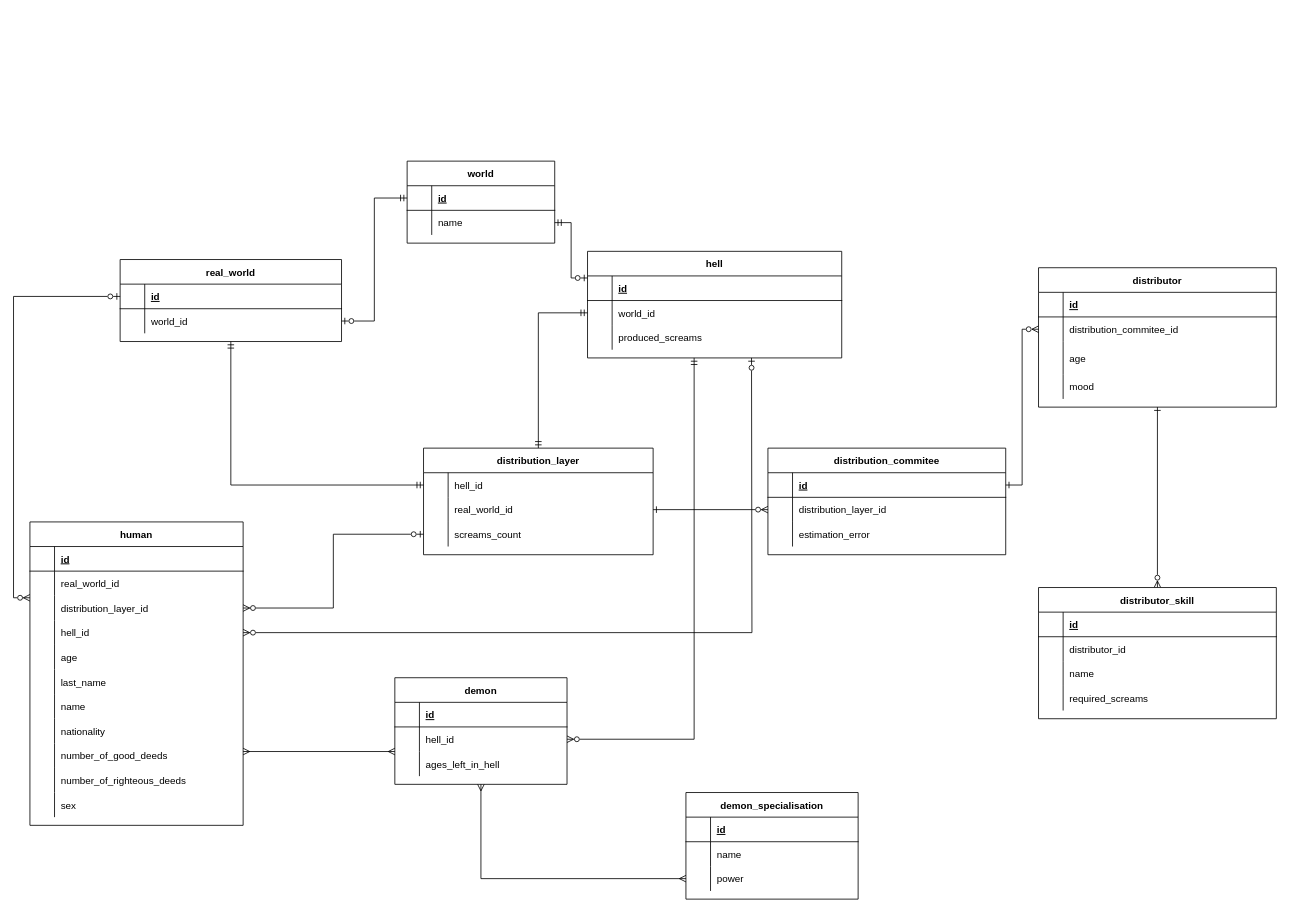
The draw.io diagram documentation/kursach_infological.drawio in semwett0301/booking-java-back, before the edit. Source tidied: cells renumbered, new cells numbered last; positions are measured from the earlier drawing's top-left corner, leaving out a move shared by most shapes. Both pictures are drawn from the tidied source at 82%, with x=0, y=0 at pixel (30, 161).
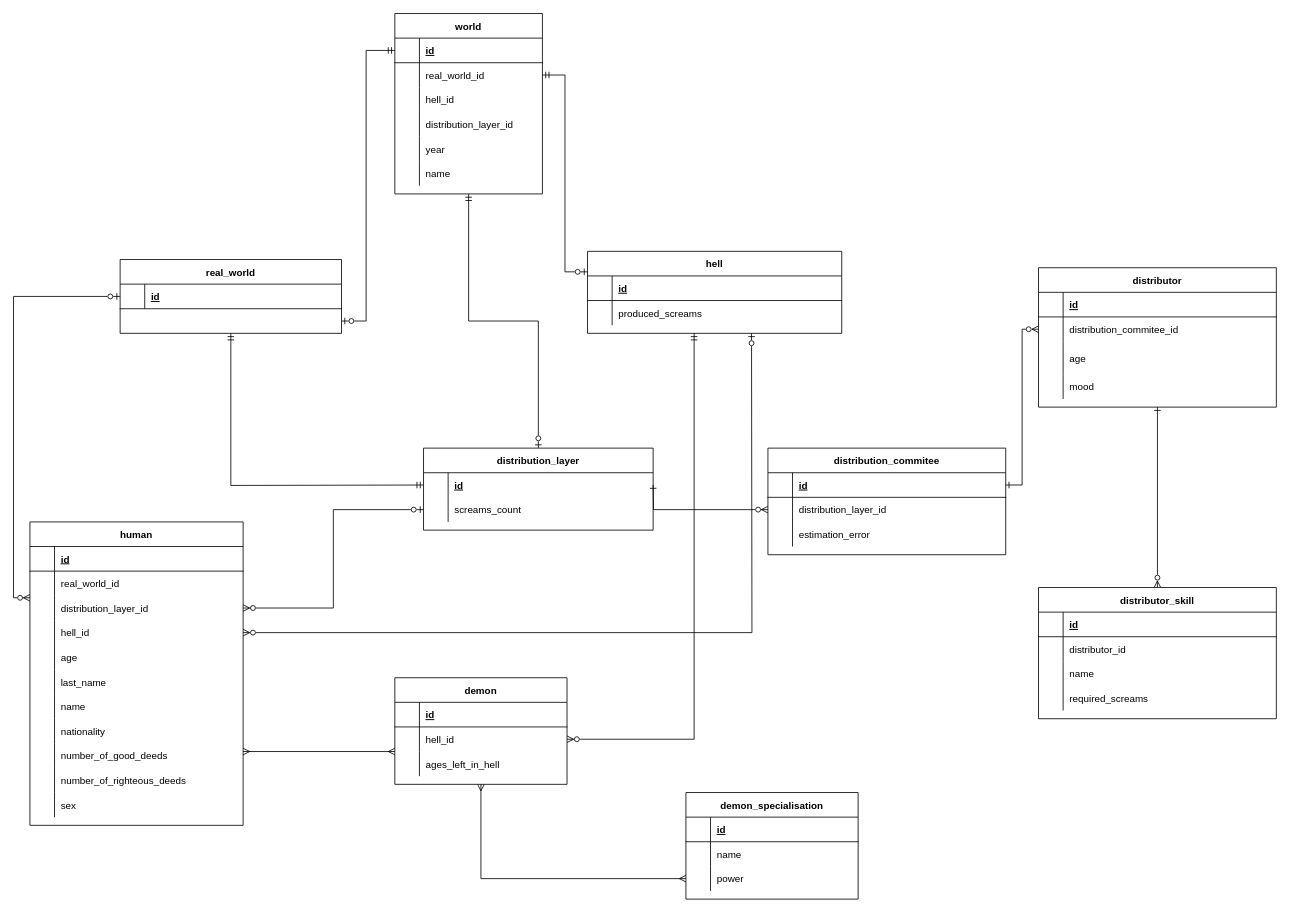
Above is the later version.

Unchanged cells that the change refers to:
```xml
<mxCell id="31" style="shape=tableRow;horizontal=0;startSize=0;swimlaneHead=0;swimlaneBody=0;fillColor=none;points=[[0,0.5],[1,0.5]];portConstraint=eastwest;top=0;left=0;right=0;bottom=0;" parent="24" vertex="1">
  <mxGeometry y="90" width="260" height="30" as="geometry" />
</mxCell>
<mxCell id="34" style="shape=tableRow;horizontal=0;startSize=0;swimlaneHead=0;swimlaneBody=0;fillColor=none;points=[[0,0.5],[1,0.5]];portConstraint=eastwest;top=0;left=0;right=0;bottom=0;" parent="24" vertex="1">
  <mxGeometry y="120" width="260" height="30" as="geometry" />
</mxCell>
<mxCell id="59" style="shape=tableRow;horizontal=0;startSize=0;swimlaneHead=0;swimlaneBody=0;fillColor=none;points=[[0,0.5],[1,0.5]];portConstraint=eastwest;top=0;left=0;right=0;bottom=1;" parent="58" vertex="1">
  <mxGeometry y="30" width="180" height="30" as="geometry" />
</mxCell>
<mxCell id="62" style="shape=tableRow;horizontal=0;startSize=0;swimlaneHead=0;swimlaneBody=0;fillColor=none;points=[[0,0.5],[1,0.5]];portConstraint=eastwest;top=0;left=0;right=0;bottom=0;" parent="58" vertex="1">
  <mxGeometry y="60" width="180" height="30" as="geometry" />
</mxCell>
<mxCell id="83" style="shape=tableRow;horizontal=0;startSize=0;swimlaneHead=0;swimlaneBody=0;fillColor=none;points=[[0,0.5],[1,0.5]];portConstraint=eastwest;top=0;left=0;right=0;bottom=0;" parent="79" vertex="1">
  <mxGeometry y="60" width="210" height="30" as="geometry" />
</mxCell>
<mxCell id="118" style="shape=tableRow;horizontal=0;startSize=0;swimlaneHead=0;swimlaneBody=0;fillColor=none;points=[[0,0.5],[1,0.5]];portConstraint=eastwest;top=0;left=0;right=0;bottom=0;" parent="114" vertex="1">
  <mxGeometry y="60" width="290" height="30" as="geometry" />
</mxCell>
```

Diff of the diagram source:
```diff
@@
     <mxCell id="2" value="real_world" style="shape=table;startSize=30;childLayout=tableLayout;rowLines=0;fontStyle=1;align=center;" parent="1" vertex="1">
-      <mxGeometry x="110" y="120" width="270" height="100" as="geometry" />
+      <mxGeometry x="110" y="120" width="270" height="90" as="geometry" />
     </mxCell>
@@
-    <mxCell id="6" style="shape=tableRow;horizontal=0;startSize=0;swimlaneHead=0;swimlaneBody=0;fillColor=none;points=[[0,0.5],[1,0.5]];portConstraint=eastwest;top=0;left=0;right=0;bottom=0;" parent="2" vertex="1">
-      <mxGeometry y="60" width="270" height="30" as="geometry" />
-    </mxCell>
-    <mxCell id="7" style="shape=partialRectangle;fillColor=none;top=0;left=0;bottom=0;right=0;overflow=hidden;" parent="6" vertex="1">
-      <mxGeometry width="30" height="30" as="geometry" />
-    </mxCell>
-    <mxCell id="8" value="world_id" style="shape=partialRectangle;fillColor=none;top=0;left=0;bottom=0;right=0;align=left;spacingLeft=6;overflow=hidden;" parent="6" vertex="1">
-      <mxGeometry x="30" width="240" height="30" as="geometry" />
-    </mxCell>
@@
     <mxCell id="58" value="world" style="shape=table;startSize=30;childLayout=tableLayout;rowLines=0;fontStyle=1;align=center;" parent="1" vertex="1">
-      <mxGeometry x="460" width="180" height="100" as="geometry" />
+      <mxGeometry x="445" y="-180" width="180" height="220" as="geometry" />
     </mxCell>
@@
-    <mxCell id="64" value="name" style="shape=partialRectangle;fillColor=none;top=0;left=0;bottom=0;right=0;align=left;spacingLeft=6;overflow=hidden;" parent="62" vertex="1">
+    <mxCell id="64" value="real_world_id" style="shape=partialRectangle;fillColor=none;top=0;left=0;bottom=0;right=0;align=left;spacingLeft=6;overflow=hidden;" parent="62" vertex="1">
       <mxGeometry x="30" width="150" height="30" as="geometry" />
     </mxCell>
+    <mxCell id="139" style="shape=tableRow;horizontal=0;startSize=0;swimlaneHead=0;swimlaneBody=0;fillColor=none;top=0;left=0;right=0;bottom=0;" parent="58" vertex="1">
+      <mxGeometry y="90" width="180" height="30" as="geometry" />
+    </mxCell>
+    <mxCell id="140" style="shape=partialRectangle;fillColor=none;top=0;left=0;bottom=0;right=0;overflow=hidden;" parent="139" vertex="1">
+      <mxGeometry width="30" height="30" as="geometry" />
+    </mxCell>
+    <mxCell id="69" value="hell_id" style="shape=partialRectangle;fillColor=none;top=0;left=0;bottom=0;right=0;align=left;spacingLeft=6;overflow=hidden;" parent="139" vertex="1">
+      <mxGeometry x="30" width="150" height="30" as="geometry" />
+    </mxCell>
+    <mxCell id="141" style="shape=tableRow;horizontal=0;startSize=0;swimlaneHead=0;swimlaneBody=0;fillColor=none;top=0;left=0;right=0;bottom=0;" parent="58" vertex="1">
+      <mxGeometry y="120" width="180" height="30" as="geometry" />
+    </mxCell>
+    <mxCell id="142" style="shape=partialRectangle;fillColor=none;top=0;left=0;bottom=0;right=0;overflow=hidden;" parent="141" vertex="1">
+      <mxGeometry width="30" height="30" as="geometry" />
+    </mxCell>
+    <mxCell id="143" value="distribution_layer_id" style="shape=partialRectangle;fillColor=none;top=0;left=0;bottom=0;right=0;align=left;spacingLeft=6;overflow=hidden;" parent="141" vertex="1">
+      <mxGeometry x="30" width="150" height="30" as="geometry" />
+    </mxCell>
+    <mxCell id="144" style="shape=tableRow;horizontal=0;startSize=0;swimlaneHead=0;swimlaneBody=0;fillColor=none;top=0;left=0;right=0;bottom=0;" parent="58" vertex="1">
+      <mxGeometry y="150" width="180" height="30" as="geometry" />
+    </mxCell>
+    <mxCell id="145" style="shape=partialRectangle;fillColor=none;top=0;left=0;bottom=0;right=0;overflow=hidden;" parent="144" vertex="1">
+      <mxGeometry width="30" height="30" as="geometry" />
+    </mxCell>
+    <mxCell id="146" value="year" style="shape=partialRectangle;fillColor=none;top=0;left=0;bottom=0;right=0;align=left;spacingLeft=6;overflow=hidden;" parent="144" vertex="1">
+      <mxGeometry x="30" width="150" height="30" as="geometry" />
+    </mxCell>
+    <mxCell id="147" style="shape=tableRow;horizontal=0;startSize=0;swimlaneHead=0;swimlaneBody=0;fillColor=none;top=0;left=0;right=0;bottom=0;" parent="58" vertex="1">
+      <mxGeometry y="180" width="180" height="30" as="geometry" />
+    </mxCell>
+    <mxCell id="148" style="shape=partialRectangle;fillColor=none;top=0;left=0;bottom=0;right=0;overflow=hidden;" parent="147" vertex="1">
+      <mxGeometry width="30" height="30" as="geometry" />
+    </mxCell>
+    <mxCell id="149" value="name" style="shape=partialRectangle;fillColor=none;top=0;left=0;bottom=0;right=0;align=left;spacingLeft=6;overflow=hidden;" parent="147" vertex="1">
+      <mxGeometry x="30" width="150" height="30" as="geometry" />
+    </mxCell>
-    <mxCell id="65" style="edgeStyle=orthogonalEdgeStyle;rounded=0;jettySize=auto;html=1;entryX=0;entryY=0.5;entryDx=0;entryDy=0;startArrow=ERmandOne;startFill=0;endArrow=ERmandOne;endFill=0;" parent="1" edge="1" source="66" target="94">
+    <mxCell id="65" style="edgeStyle=orthogonalEdgeStyle;rounded=0;jettySize=auto;html=1;entryX=0.5;entryY=1;entryDx=0;entryDy=0;startArrow=ERzeroToOne;startFill=0;endArrow=ERmandOne;endFill=0;" parent="1" edge="1" source="66" target="58">
       <mxGeometry relative="1" as="geometry" />
     </mxCell>
     <mxCell id="66" value="distribution_layer" style="shape=table;startSize=30;childLayout=tableLayout;rowLines=0;fontStyle=1;align=center;" parent="1" vertex="1">
-      <mxGeometry x="480" y="350" width="280" height="130" as="geometry" />
+      <mxGeometry x="480" y="350" width="280" height="100" as="geometry" />
     </mxCell>
-    <mxCell id="67" style="shape=tableRow;horizontal=0;startSize=0;swimlaneHead=0;swimlaneBody=0;fillColor=none;points=[[0,0.5],[1,0.5]];portConstraint=eastwest;top=0;left=0;right=0;bottom=0;" parent="66" vertex="1">
-      <mxGeometry y="30" width="280" height="30" as="geometry" />
-    </mxCell>
-    <mxCell id="68" style="shape=partialRectangle;fillColor=none;top=0;left=0;bottom=0;right=0;overflow=hidden;" parent="67" vertex="1">
-      <mxGeometry width="30" height="30" as="geometry" />
-    </mxCell>
-    <mxCell id="69" value="hell_id" style="shape=partialRectangle;fillColor=none;top=0;left=0;bottom=0;right=0;align=left;spacingLeft=6;overflow=hidden;" parent="67" vertex="1">
-      <mxGeometry x="30" width="250" height="30" as="geometry" />
-    </mxCell>
-    <mxCell id="70" style="shape=tableRow;horizontal=0;startSize=0;swimlaneHead=0;swimlaneBody=0;fillColor=none;points=[[0,0.5],[1,0.5]];portConstraint=eastwest;top=0;left=0;right=0;bottom=0;" parent="66" vertex="1">
-      <mxGeometry y="60" width="280" height="30" as="geometry" />
-    </mxCell>
-    <mxCell id="71" style="shape=partialRectangle;fillColor=none;top=0;left=0;bottom=0;right=0;overflow=hidden;" parent="70" vertex="1">
-      <mxGeometry width="30" height="30" as="geometry" />
-    </mxCell>
-    <mxCell id="72" value="real_world_id" style="shape=partialRectangle;fillColor=none;top=0;left=0;bottom=0;right=0;align=left;spacingLeft=6;overflow=hidden;" parent="70" vertex="1">
-      <mxGeometry x="30" width="250" height="30" as="geometry" />
-    </mxCell>
     <mxCell id="73" style="shape=tableRow;horizontal=0;startSize=0;swimlaneHead=0;swimlaneBody=0;fillColor=none;points=[[0,0.5],[1,0.5]];portConstraint=eastwest;top=0;left=0;right=0;bottom=0;" parent="66" vertex="1">
-      <mxGeometry y="90" width="280" height="30" as="geometry" />
+      <mxGeometry y="30" width="280" height="30" as="geometry" />
     </mxCell>
-    <mxCell id="74" style="shape=partialRectangle;fillColor=none;top=0;left=0;bottom=0;right=0;overflow=hidden;" parent="73" vertex="1">
+    <mxCell id="74" style="shape=partialRectangle;fillColor=none;top=0;left=0;bottom=0;right=0;overflow=hidden;fontStyle=1;" parent="73" vertex="1">
       <mxGeometry width="30" height="30" as="geometry" />
     </mxCell>
-    <mxCell id="75" value="screams_count" style="shape=partialRectangle;fillColor=none;top=0;left=0;bottom=0;right=0;align=left;spacingLeft=6;overflow=hidden;" parent="73" vertex="1">
+    <mxCell id="75" value="id" style="shape=partialRectangle;fillColor=none;top=0;left=0;bottom=0;right=0;align=left;spacingLeft=6;overflow=hidden;fontStyle=5;" parent="73" vertex="1">
       <mxGeometry x="30" width="250" height="30" as="geometry" />
     </mxCell>
+    <mxCell id="70" style="shape=tableRow;horizontal=0;startSize=0;swimlaneHead=0;swimlaneBody=0;fillColor=none;points=[[0,0.5],[1,0.5]];portConstraint=eastwest;top=0;left=0;right=0;bottom=0;" parent="66" vertex="1">
+      <mxGeometry y="60" width="280" height="30" as="geometry" />
+    </mxCell>
+    <mxCell id="150" style="shape=partialRectangle;fillColor=none;top=0;left=0;bottom=0;right=0;overflow=hidden;" parent="70" vertex="1">
+      <mxGeometry width="30" height="30" as="geometry" />
+    </mxCell>
+    <mxCell id="151" value="screams_count" style="shape=partialRectangle;fillColor=none;top=0;left=0;bottom=0;right=0;align=left;spacingLeft=6;overflow=hidden;" parent="70" vertex="1">
+      <mxGeometry x="30" width="250" height="30" as="geometry" />
+    </mxCell>
     <mxCell id="76" style="edgeStyle=orthogonalEdgeStyle;rounded=0;jettySize=auto;html=1;startArrow=ERzeroToMany;startFill=0;endArrow=ERmandOne;endFill=0;exitX=1;exitY=0.5;exitDx=0;exitDy=0;" parent="1" edge="1" source="83">
       <mxGeometry relative="1" as="geometry">
-        <mxPoint x="810" y="240" as="targetPoint" />
+        <mxPoint x="810" y="210" as="targetPoint" />
         <Array as="points">
           <mxPoint x="810" y="705" />
         </Array>
       </mxGeometry>
     </mxCell>
@@
-    <mxCell id="89" style="edgeStyle=orthogonalEdgeStyle;rounded=0;jettySize=auto;html=1;entryX=0;entryY=0.5;entryDx=0;entryDy=0;exitX=1;exitY=0.5;exitDx=0;exitDy=0;endArrow=ERmandOne;endFill=0;startArrow=ERzeroToOne;startFill=0;" parent="1" edge="1" source="6" target="59">
-      <mxGeometry relative="1" as="geometry" />
+    <mxCell id="89" style="edgeStyle=orthogonalEdgeStyle;rounded=0;jettySize=auto;html=1;entryX=0;entryY=0.5;entryDx=0;entryDy=0;exitX=1;exitY=0.5;exitDx=0;exitDy=0;endArrow=ERmandOne;endFill=0;startArrow=ERzeroToOne;startFill=0;" parent="1" edge="1" target="59">
+      <mxGeometry relative="1" as="geometry">
+        <mxPoint x="380" y="195" as="sourcePoint" />
+        <Array as="points">
+          <mxPoint x="410" y="195" />
+          <mxPoint x="410" y="-135" />
+        </Array>
+      </mxGeometry>
     </mxCell>
     <mxCell id="90" value="hell" style="shape=table;startSize=30;childLayout=tableLayout;rowLines=0;fontStyle=1;align=center;" parent="1" vertex="1">
-      <mxGeometry x="680" y="110" width="310" height="130" as="geometry" />
+      <mxGeometry x="680" y="110" width="310" height="100" as="geometry" />
     </mxCell>
@@
-    <mxCell id="94" style="shape=tableRow;horizontal=0;startSize=0;swimlaneHead=0;swimlaneBody=0;fillColor=none;points=[[0,0.5],[1,0.5]];portConstraint=eastwest;top=0;left=0;right=0;bottom=0;" parent="90" vertex="1">
-      <mxGeometry y="60" width="310" height="30" as="geometry" />
-    </mxCell>
-    <mxCell id="95" style="shape=partialRectangle;fillColor=none;top=0;left=0;bottom=0;right=0;overflow=hidden;" parent="94" vertex="1">
-      <mxGeometry width="30" height="30" as="geometry" />
-    </mxCell>
-    <mxCell id="96" value="world_id" style="shape=partialRectangle;fillColor=none;top=0;left=0;bottom=0;right=0;align=left;spacingLeft=6;overflow=hidden;" parent="94" vertex="1">
-      <mxGeometry x="30" width="280" height="30" as="geometry" />
-    </mxCell>
     <mxCell id="97" style="shape=tableRow;horizontal=0;startSize=0;swimlaneHead=0;swimlaneBody=0;fillColor=none;top=0;left=0;right=0;bottom=0;" parent="90" vertex="1">
-      <mxGeometry y="90" width="310" height="30" as="geometry" />
+      <mxGeometry y="60" width="310" height="30" as="geometry" />
     </mxCell>
@@
-    <mxCell id="101" style="edgeStyle=orthogonalEdgeStyle;rounded=0;jettySize=auto;html=1;entryX=0.5;entryY=1;entryDx=0;entryDy=0;startArrow=ERmandOne;startFill=0;endArrow=ERmandOne;endFill=0;" parent="1" edge="1" source="67" target="2">
-      <mxGeometry relative="1" as="geometry" />
+    <mxCell id="101" style="edgeStyle=orthogonalEdgeStyle;rounded=0;jettySize=auto;html=1;entryX=0.5;entryY=1;entryDx=0;entryDy=0;startArrow=ERmandOne;startFill=0;endArrow=ERmandOne;endFill=0;" parent="1" edge="1" target="2">
+      <mxGeometry relative="1" as="geometry">
+        <mxPoint x="480" y="395" as="sourcePoint" />
+      </mxGeometry>
     </mxCell>
-    <mxCell id="102" style="edgeStyle=orthogonalEdgeStyle;rounded=0;jettySize=auto;html=1;entryX=0;entryY=0.5;entryDx=0;entryDy=0;startArrow=ERzeroToMany;startFill=0;endArrow=ERzeroToOne;endFill=0;exitX=1;exitY=0.5;exitDx=0;exitDy=0;" parent="1" edge="1" source="31" target="73">
+    <mxCell id="102" style="edgeStyle=orthogonalEdgeStyle;rounded=0;jettySize=auto;html=1;entryX=0;entryY=0.5;entryDx=0;entryDy=0;startArrow=ERzeroToMany;startFill=0;endArrow=ERzeroToOne;endFill=0;exitX=1;exitY=0.5;exitDx=0;exitDy=0;" parent="1" edge="1" source="31" target="70">
       <mxGeometry relative="1" as="geometry" />
     </mxCell>
     <mxCell id="103" style="edgeStyle=orthogonalEdgeStyle;rounded=0;jettySize=auto;html=1;startArrow=ERzeroToMany;startFill=0;endArrow=ERzeroToOne;endFill=0;" parent="1" edge="1" source="34">
       <mxGeometry relative="1" as="geometry">
-        <mxPoint x="880" y="240" as="targetPoint" />
+        <mxPoint x="880" y="210" as="targetPoint" />
       </mxGeometry>
     </mxCell>
@@
-    <mxCell id="124" style="edgeStyle=orthogonalEdgeStyle;rounded=0;jettySize=auto;html=1;startArrow=ERone;startFill=0;endArrow=ERzeroToMany;endFill=0;" parent="1" edge="1" source="70" target="118">
-      <mxGeometry relative="1" as="geometry" />
+    <mxCell id="124" style="edgeStyle=orthogonalEdgeStyle;rounded=0;jettySize=auto;html=1;startArrow=ERone;startFill=0;endArrow=ERzeroToMany;endFill=0;" parent="1" edge="1" target="118">
+      <mxGeometry relative="1" as="geometry">
+        <mxPoint x="760" y="395" as="sourcePoint" />
+      </mxGeometry>
     </mxCell>
```
